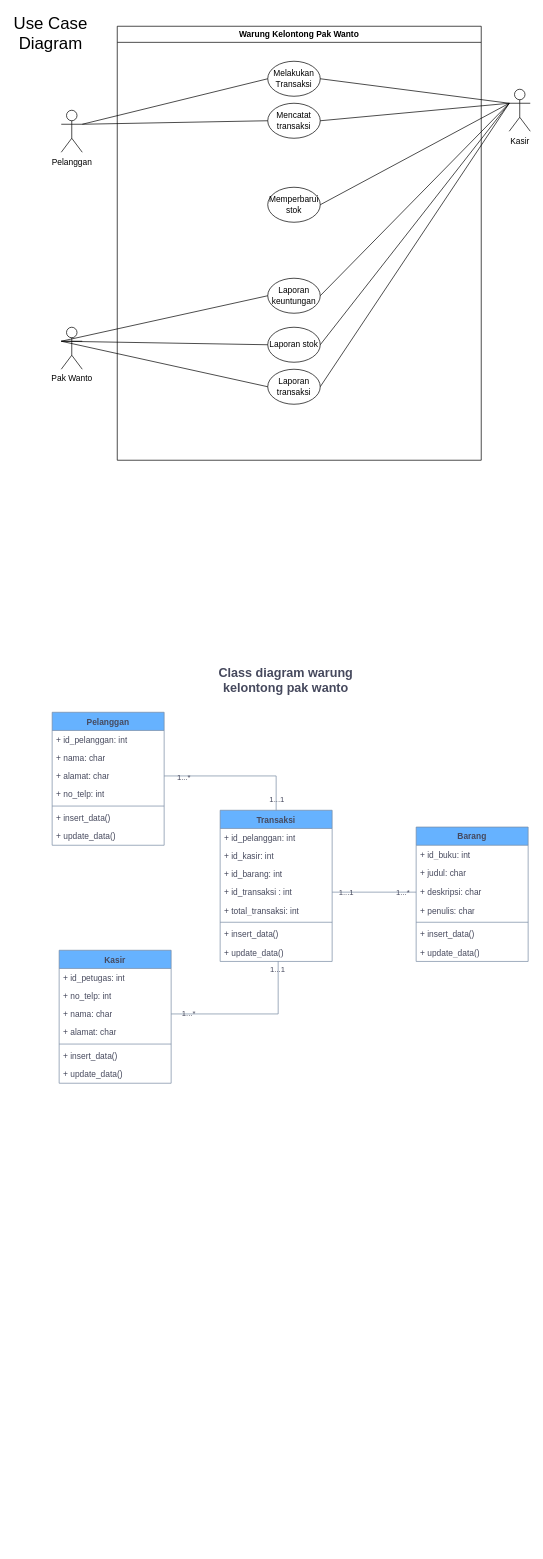
Suryzw/draw.io keeps this draw.io diagram as Untitled Diagram.drawio. Above is the earlier version. Source tidied: cells renumbered, new cells numbered last; positions are measured from the earlier drawing's top-left corner, leaving out a move shared by most shapes. Both pictures are drawn from the tidied source at 70%, with x=0, y=0 at pixel (12, 12).
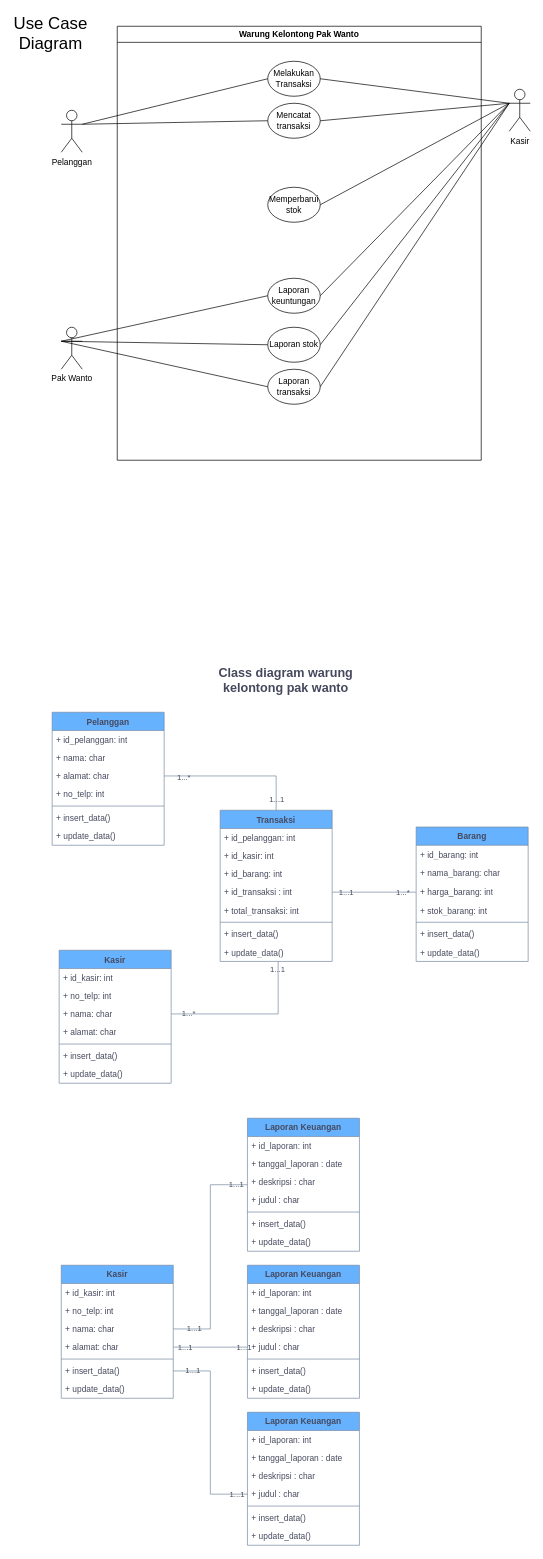
The same diagram, later.

Unchanged cells that the change refers to:
```xml
<mxCell id="33" value="Barang" style="swimlane;fontStyle=1;align=center;verticalAlign=top;horizontal=1;startSize=26;whiteSpace=wrap;html=1;textShadow=0;labelBackgroundColor=none;fillColor=#66B2FF;strokeColor=#788AA3;fontColor=#46495D;" parent="1" vertex="1">
  <mxGeometry x="577" y="1164" width="160" height="192" as="geometry" />
</mxCell>
<mxCell id="49" value="Kasir" style="swimlane;fontStyle=1;align=center;verticalAlign=top;horizontal=1;startSize=26;whiteSpace=wrap;html=1;textShadow=0;labelBackgroundColor=none;fillColor=#66B2FF;strokeColor=#788AA3;fontColor=#46495D;" parent="1" vertex="1">
  <mxGeometry x="67" y="1340" width="160" height="190" as="geometry" />
</mxCell>
```

What changed in the source:
```diff
@@
-    <mxCell id="34" value="+ id_buku: int" style="text;strokeColor=none;fillColor=none;align=left;verticalAlign=top;spacingLeft=4;spacingRight=4;overflow=hidden;whiteSpace=wrap;html=1;textShadow=0;labelBackgroundColor=none;fontColor=#46495D;" parent="33" vertex="1">
+    <mxCell id="34" value="+ id_barang: int" style="text;strokeColor=none;fillColor=none;align=left;verticalAlign=top;spacingLeft=4;spacingRight=4;overflow=hidden;whiteSpace=wrap;html=1;textShadow=0;labelBackgroundColor=none;fontColor=#46495D;" parent="33" vertex="1">
       <mxGeometry y="26" width="160" height="26" as="geometry" />
     </mxCell>
-    <mxCell id="35" value="+ judul: char" style="text;strokeColor=none;fillColor=none;align=left;verticalAlign=top;spacingLeft=4;spacingRight=4;overflow=hidden;whiteSpace=wrap;html=1;textShadow=0;labelBackgroundColor=none;fontColor=#46495D;" parent="33" vertex="1">
+    <mxCell id="35" value="+ nama_barang: char" style="text;strokeColor=none;fillColor=none;align=left;verticalAlign=top;spacingLeft=4;spacingRight=4;overflow=hidden;whiteSpace=wrap;html=1;textShadow=0;labelBackgroundColor=none;fontColor=#46495D;" parent="33" vertex="1">
       <mxGeometry y="52" width="160" height="28" as="geometry" />
     </mxCell>
-    <mxCell id="36" value="+ deskripsi: char" style="text;strokeColor=none;fillColor=none;align=left;verticalAlign=top;spacingLeft=4;spacingRight=4;overflow=hidden;points=[[0,0.5],[1,0.5]];portConstraint=eastwest;whiteSpace=wrap;html=1;textShadow=0;labelBackgroundColor=none;fontColor=#46495D;" parent="33" vertex="1">
+    <mxCell id="36" value="+ harga_barang: int" style="text;strokeColor=none;fillColor=none;align=left;verticalAlign=top;spacingLeft=4;spacingRight=4;overflow=hidden;points=[[0,0.5],[1,0.5]];portConstraint=eastwest;whiteSpace=wrap;html=1;textShadow=0;labelBackgroundColor=none;fontColor=#46495D;" parent="33" vertex="1">
       <mxGeometry y="80" width="160" height="26" as="geometry" />
     </mxCell>
-    <mxCell id="37" value="+ penulis: char" style="text;strokeColor=none;fillColor=none;align=left;verticalAlign=top;spacingLeft=4;spacingRight=4;overflow=hidden;whiteSpace=wrap;html=1;textShadow=0;labelBackgroundColor=none;fontColor=#46495D;" parent="33" vertex="1">
+    <mxCell id="37" value="+ stok_barang: int" style="text;strokeColor=none;fillColor=none;align=left;verticalAlign=top;spacingLeft=4;spacingRight=4;overflow=hidden;whiteSpace=wrap;html=1;textShadow=0;labelBackgroundColor=none;fontColor=#46495D;" parent="33" vertex="1">
       <mxGeometry y="106" width="160" height="26" as="geometry" />
     </mxCell>
@@
-    <mxCell id="50" value="+ id_petugas: int" style="text;strokeColor=none;fillColor=none;align=left;verticalAlign=top;spacingLeft=4;spacingRight=4;overflow=hidden;whiteSpace=wrap;html=1;textShadow=0;labelBackgroundColor=none;fontColor=#46495D;" parent="49" vertex="1">
+    <mxCell id="50" value="+ id_kasir: int" style="text;strokeColor=none;fillColor=none;align=left;verticalAlign=top;spacingLeft=4;spacingRight=4;overflow=hidden;whiteSpace=wrap;html=1;textShadow=0;labelBackgroundColor=none;fontColor=#46495D;" parent="49" vertex="1">
       <mxGeometry y="26" width="160" height="26" as="geometry" />
     </mxCell>
@@
+    <mxCell id="67" value="Kasir" style="swimlane;fontStyle=1;align=center;verticalAlign=top;horizontal=1;startSize=26;whiteSpace=wrap;html=1;textShadow=0;labelBackgroundColor=none;fillColor=#66B2FF;strokeColor=#788AA3;fontColor=#46495D;" parent="1" vertex="1">
+      <mxGeometry x="70" y="1790" width="160" height="190" as="geometry" />
+    </mxCell>
+    <mxCell id="68" value="+ id_kasir: int" style="text;strokeColor=none;fillColor=none;align=left;verticalAlign=top;spacingLeft=4;spacingRight=4;overflow=hidden;whiteSpace=wrap;html=1;textShadow=0;labelBackgroundColor=none;fontColor=#46495D;" parent="67" vertex="1">
+      <mxGeometry y="26" width="160" height="26" as="geometry" />
+    </mxCell>
+    <mxCell id="69" value="+ no_telp: int" style="text;strokeColor=none;fillColor=none;align=left;verticalAlign=top;spacingLeft=4;spacingRight=4;overflow=hidden;whiteSpace=wrap;html=1;textShadow=0;labelBackgroundColor=none;fontColor=#46495D;" parent="67" vertex="1">
+      <mxGeometry y="52" width="160" height="26" as="geometry" />
+    </mxCell>
+    <mxCell id="70" value="+ nama: char" style="text;strokeColor=none;fillColor=none;align=left;verticalAlign=top;spacingLeft=4;spacingRight=4;overflow=hidden;points=[[0,0.5],[1,0.5]];portConstraint=eastwest;whiteSpace=wrap;html=1;textShadow=0;labelBackgroundColor=none;fontColor=#46495D;" parent="67" vertex="1">
+      <mxGeometry y="78" width="160" height="26" as="geometry" />
+    </mxCell>
+    <mxCell id="71" value="+ alamat: char" style="text;strokeColor=none;fillColor=none;align=left;verticalAlign=top;spacingLeft=4;spacingRight=4;overflow=hidden;whiteSpace=wrap;html=1;textShadow=0;labelBackgroundColor=none;fontColor=#46495D;" parent="67" vertex="1">
+      <mxGeometry y="104" width="160" height="26" as="geometry" />
+    </mxCell>
+    <mxCell id="72" style="line;strokeWidth=1;fillColor=none;align=left;verticalAlign=middle;spacingTop=-1;spacingLeft=3;spacingRight=3;labelPosition=right;textShadow=0;labelBackgroundColor=none;strokeColor=#788AA3;fontColor=#46495D;" parent="67" vertex="1">
+      <mxGeometry y="130" width="160" height="8" as="geometry" />
+    </mxCell>
+    <mxCell id="73" value="+ insert_data()" style="text;strokeColor=none;fillColor=none;align=left;verticalAlign=top;spacingLeft=4;spacingRight=4;overflow=hidden;points=[[0,0.5],[1,0.5]];portConstraint=eastwest;whiteSpace=wrap;html=1;textShadow=0;labelBackgroundColor=none;fontColor=#46495D;" parent="67" vertex="1">
+      <mxGeometry y="138" width="160" height="26" as="geometry" />
+    </mxCell>
+    <mxCell id="74" value="+ update_data()" style="text;strokeColor=none;fillColor=none;align=left;verticalAlign=top;spacingLeft=4;spacingRight=4;overflow=hidden;whiteSpace=wrap;html=1;textShadow=0;labelBackgroundColor=none;fontColor=#46495D;" parent="67" vertex="1">
+      <mxGeometry y="164" width="160" height="26" as="geometry" />
+    </mxCell>
+    <mxCell id="75" value="Laporan Keuangan" style="swimlane;fontStyle=1;align=center;verticalAlign=top;horizontal=1;startSize=26;whiteSpace=wrap;html=1;textShadow=0;labelBackgroundColor=none;fillColor=#66B2FF;strokeColor=#788AA3;fontColor=#46495D;" parent="1" vertex="1">
+      <mxGeometry x="336" y="1580" width="160" height="190" as="geometry" />
+    </mxCell>
+    <mxCell id="76" value="+ id_laporan: int&lt;div&gt;&lt;br&gt;&lt;/div&gt;" style="text;strokeColor=none;fillColor=none;align=left;verticalAlign=top;spacingLeft=4;spacingRight=4;overflow=hidden;whiteSpace=wrap;html=1;textShadow=0;labelBackgroundColor=none;fontColor=#46495D;" parent="75" vertex="1">
+      <mxGeometry y="26" width="160" height="26" as="geometry" />
+    </mxCell>
+    <mxCell id="77" value="+ tanggal_laporan : date" style="text;strokeColor=none;fillColor=none;align=left;verticalAlign=top;spacingLeft=4;spacingRight=4;overflow=hidden;whiteSpace=wrap;html=1;textShadow=0;labelBackgroundColor=none;fontColor=#46495D;" parent="75" vertex="1">
+      <mxGeometry y="52" width="160" height="26" as="geometry" />
+    </mxCell>
+    <mxCell id="78" value="+ deskripsi : char" style="text;strokeColor=none;fillColor=none;align=left;verticalAlign=top;spacingLeft=4;spacingRight=4;overflow=hidden;whiteSpace=wrap;html=1;textShadow=0;labelBackgroundColor=none;fontColor=#46495D;" parent="75" vertex="1">
+      <mxGeometry y="78" width="160" height="26" as="geometry" />
+    </mxCell>
+    <mxCell id="79" value="+ judul : char" style="text;strokeColor=none;fillColor=none;align=left;verticalAlign=top;spacingLeft=4;spacingRight=4;overflow=hidden;whiteSpace=wrap;html=1;textShadow=0;labelBackgroundColor=none;fontColor=#46495D;" parent="75" vertex="1">
+      <mxGeometry y="104" width="160" height="26" as="geometry" />
+    </mxCell>
+    <mxCell id="80" style="line;strokeWidth=1;fillColor=none;align=left;verticalAlign=middle;spacingTop=-1;spacingLeft=3;spacingRight=3;labelPosition=right;textShadow=0;labelBackgroundColor=none;strokeColor=#788AA3;fontColor=#46495D;" parent="75" vertex="1">
+      <mxGeometry y="130" width="160" height="8" as="geometry" />
+    </mxCell>
+    <mxCell id="81" value="+ insert_data()" style="text;strokeColor=none;fillColor=none;align=left;verticalAlign=top;spacingLeft=4;spacingRight=4;overflow=hidden;whiteSpace=wrap;html=1;textShadow=0;labelBackgroundColor=none;fontColor=#46495D;" parent="75" vertex="1">
+      <mxGeometry y="138" width="160" height="26" as="geometry" />
+    </mxCell>
+    <mxCell id="82" value="+ update_data()" style="text;strokeColor=none;fillColor=none;align=left;verticalAlign=top;spacingLeft=4;spacingRight=4;overflow=hidden;whiteSpace=wrap;html=1;textShadow=0;labelBackgroundColor=none;fontColor=#46495D;" parent="75" vertex="1">
+      <mxGeometry y="164" width="160" height="26" as="geometry" />
+    </mxCell>
+    <mxCell id="83" value="Laporan Keuangan" style="swimlane;fontStyle=1;align=center;verticalAlign=top;horizontal=1;startSize=26;whiteSpace=wrap;html=1;textShadow=0;labelBackgroundColor=none;fillColor=#66B2FF;strokeColor=#788AA3;fontColor=#46495D;" parent="1" vertex="1">
+      <mxGeometry x="336" y="1790" width="160" height="190" as="geometry" />
+    </mxCell>
+    <mxCell id="84" value="+ id_laporan: int&lt;div&gt;&lt;br&gt;&lt;/div&gt;" style="text;strokeColor=none;fillColor=none;align=left;verticalAlign=top;spacingLeft=4;spacingRight=4;overflow=hidden;whiteSpace=wrap;html=1;textShadow=0;labelBackgroundColor=none;fontColor=#46495D;" parent="83" vertex="1">
+      <mxGeometry y="26" width="160" height="26" as="geometry" />
+    </mxCell>
+    <mxCell id="85" value="+ tanggal_laporan : date" style="text;strokeColor=none;fillColor=none;align=left;verticalAlign=top;spacingLeft=4;spacingRight=4;overflow=hidden;whiteSpace=wrap;html=1;textShadow=0;labelBackgroundColor=none;fontColor=#46495D;" parent="83" vertex="1">
+      <mxGeometry y="52" width="160" height="26" as="geometry" />
+    </mxCell>
+    <mxCell id="86" value="+ deskripsi : char" style="text;strokeColor=none;fillColor=none;align=left;verticalAlign=top;spacingLeft=4;spacingRight=4;overflow=hidden;whiteSpace=wrap;html=1;textShadow=0;labelBackgroundColor=none;fontColor=#46495D;" parent="83" vertex="1">
+      <mxGeometry y="78" width="160" height="26" as="geometry" />
+    </mxCell>
+    <mxCell id="87" value="+ judul : char" style="text;strokeColor=none;fillColor=none;align=left;verticalAlign=top;spacingLeft=4;spacingRight=4;overflow=hidden;whiteSpace=wrap;html=1;textShadow=0;labelBackgroundColor=none;fontColor=#46495D;" parent="83" vertex="1">
+      <mxGeometry y="104" width="160" height="26" as="geometry" />
+    </mxCell>
+    <mxCell id="88" style="line;strokeWidth=1;fillColor=none;align=left;verticalAlign=middle;spacingTop=-1;spacingLeft=3;spacingRight=3;labelPosition=right;textShadow=0;labelBackgroundColor=none;strokeColor=#788AA3;fontColor=#46495D;" parent="83" vertex="1">
+      <mxGeometry y="130" width="160" height="8" as="geometry" />
+    </mxCell>
+    <mxCell id="89" value="+ insert_data()" style="text;strokeColor=none;fillColor=none;align=left;verticalAlign=top;spacingLeft=4;spacingRight=4;overflow=hidden;whiteSpace=wrap;html=1;textShadow=0;labelBackgroundColor=none;fontColor=#46495D;" parent="83" vertex="1">
+      <mxGeometry y="138" width="160" height="26" as="geometry" />
+    </mxCell>
+    <mxCell id="90" value="+ update_data()" style="text;strokeColor=none;fillColor=none;align=left;verticalAlign=top;spacingLeft=4;spacingRight=4;overflow=hidden;whiteSpace=wrap;html=1;textShadow=0;labelBackgroundColor=none;fontColor=#46495D;" parent="83" vertex="1">
+      <mxGeometry y="164" width="160" height="26" as="geometry" />
+    </mxCell>
+    <mxCell id="91" value="Laporan Keuangan" style="swimlane;fontStyle=1;align=center;verticalAlign=top;horizontal=1;startSize=26;whiteSpace=wrap;html=1;textShadow=0;labelBackgroundColor=none;fillColor=#66B2FF;strokeColor=#788AA3;fontColor=#46495D;" parent="1" vertex="1">
+      <mxGeometry x="336" y="2000" width="160" height="190" as="geometry" />
+    </mxCell>
+    <mxCell id="92" value="+ id_laporan: int&lt;div&gt;&lt;br&gt;&lt;/div&gt;" style="text;strokeColor=none;fillColor=none;align=left;verticalAlign=top;spacingLeft=4;spacingRight=4;overflow=hidden;whiteSpace=wrap;html=1;textShadow=0;labelBackgroundColor=none;fontColor=#46495D;" parent="91" vertex="1">
+      <mxGeometry y="26" width="160" height="26" as="geometry" />
+    </mxCell>
+    <mxCell id="93" value="+ tanggal_laporan : date" style="text;strokeColor=none;fillColor=none;align=left;verticalAlign=top;spacingLeft=4;spacingRight=4;overflow=hidden;whiteSpace=wrap;html=1;textShadow=0;labelBackgroundColor=none;fontColor=#46495D;" parent="91" vertex="1">
+      <mxGeometry y="52" width="160" height="26" as="geometry" />
+    </mxCell>
+    <mxCell id="94" value="+ deskripsi : char" style="text;strokeColor=none;fillColor=none;align=left;verticalAlign=top;spacingLeft=4;spacingRight=4;overflow=hidden;whiteSpace=wrap;html=1;textShadow=0;labelBackgroundColor=none;fontColor=#46495D;" parent="91" vertex="1">
+      <mxGeometry y="78" width="160" height="26" as="geometry" />
+    </mxCell>
+    <mxCell id="95" value="+ judul : char" style="text;strokeColor=none;fillColor=none;align=left;verticalAlign=top;spacingLeft=4;spacingRight=4;overflow=hidden;points=[[0,0.5],[1,0.5]];portConstraint=eastwest;whiteSpace=wrap;html=1;textShadow=0;labelBackgroundColor=none;fontColor=#46495D;" parent="91" vertex="1">
+      <mxGeometry y="104" width="160" height="26" as="geometry" />
+    </mxCell>
+    <mxCell id="96" style="line;strokeWidth=1;fillColor=none;align=left;verticalAlign=middle;spacingTop=-1;spacingLeft=3;spacingRight=3;labelPosition=right;textShadow=0;labelBackgroundColor=none;strokeColor=#788AA3;fontColor=#46495D;" parent="91" vertex="1">
+      <mxGeometry y="130" width="160" height="8" as="geometry" />
+    </mxCell>
+    <mxCell id="97" value="+ insert_data()" style="text;strokeColor=none;fillColor=none;align=left;verticalAlign=top;spacingLeft=4;spacingRight=4;overflow=hidden;whiteSpace=wrap;html=1;textShadow=0;labelBackgroundColor=none;fontColor=#46495D;" parent="91" vertex="1">
+      <mxGeometry y="138" width="160" height="26" as="geometry" />
+    </mxCell>
+    <mxCell id="98" value="+ update_data()" style="text;strokeColor=none;fillColor=none;align=left;verticalAlign=top;spacingLeft=4;spacingRight=4;overflow=hidden;whiteSpace=wrap;html=1;textShadow=0;labelBackgroundColor=none;fontColor=#46495D;" parent="91" vertex="1">
+      <mxGeometry y="164" width="160" height="26" as="geometry" />
+    </mxCell>
+    <mxCell id="99" style="edgeStyle=orthogonalEdgeStyle;rounded=0;jettySize=auto;html=1;exitX=1;exitY=0.5;exitDx=0;exitDy=0;entryX=0;entryY=0.5;entryDx=0;entryDy=0;endArrow=none;endFill=0;textShadow=0;labelBackgroundColor=none;fontColor=default;strokeColor=#788AA3;" parent="1" edge="1" source="70" target="75">
+      <mxGeometry relative="1" as="geometry" />
+    </mxCell>
+    <mxCell id="100" value="1...1" style="edgeLabel;html=1;align=center;verticalAlign=middle;textShadow=0;labelBackgroundColor=none;fontColor=#46495D;" parent="99" vertex="1">
+      <mxGeometry x="0.89" y="1" relative="1" as="geometry" />
+    </mxCell>
+    <mxCell id="101" value="1...1" style="edgeLabel;html=1;align=center;verticalAlign=middle;textShadow=0;labelBackgroundColor=none;fontColor=#46495D;" parent="99" vertex="1">
+      <mxGeometry x="-0.88" y="1" relative="1" as="geometry">
+        <mxPoint x="10" as="offset" />
+      </mxGeometry>
+    </mxCell>
+    <mxCell id="102" style="edgeStyle=orthogonalEdgeStyle;rounded=0;orthogonalLoop=1;jettySize=auto;html=1;exitX=1;exitY=0.5;exitDx=0;exitDy=0;entryX=0;entryY=0.5;entryDx=0;entryDy=0;endArrow=none;endFill=0;textShadow=0;labelBackgroundColor=none;fontColor=default;strokeColor=#788AA3;" parent="1" edge="1">
+      <mxGeometry relative="1" as="geometry">
+        <mxPoint x="230" y="1907" as="sourcePoint" />
+        <mxPoint x="336" y="1907" as="targetPoint" />
+      </mxGeometry>
+    </mxCell>
+    <mxCell id="103" value="1...1" style="edgeLabel;html=1;align=center;verticalAlign=middle;textShadow=0;labelBackgroundColor=none;fontColor=#46495D;" parent="102" vertex="1">
+      <mxGeometry x="0.89" y="1" relative="1" as="geometry" />
+    </mxCell>
+    <mxCell id="104" value="1...1" style="edgeLabel;html=1;align=center;verticalAlign=middle;textShadow=0;labelBackgroundColor=none;fontColor=#46495D;" parent="102" vertex="1">
+      <mxGeometry x="-0.88" y="1" relative="1" as="geometry">
+        <mxPoint x="10" as="offset" />
+      </mxGeometry>
+    </mxCell>
+    <mxCell id="105" style="edgeStyle=orthogonalEdgeStyle;rounded=0;jettySize=auto;html=1;exitX=1;exitY=0.5;exitDx=0;exitDy=0;entryX=0;entryY=0.5;entryDx=0;entryDy=0;endArrow=none;endFill=0;textShadow=0;labelBackgroundColor=none;fontColor=default;strokeColor=#788AA3;" parent="1" edge="1" source="73" target="95">
+      <mxGeometry relative="1" as="geometry" />
+    </mxCell>
+    <mxCell id="106" value="1...1" style="edgeLabel;html=1;align=center;verticalAlign=middle;textShadow=0;labelBackgroundColor=none;fontColor=#46495D;" parent="105" vertex="1">
+      <mxGeometry x="0.89" y="1" relative="1" as="geometry" />
+    </mxCell>
+    <mxCell id="107" value="1...1" style="edgeLabel;html=1;align=center;verticalAlign=middle;textShadow=0;labelBackgroundColor=none;fontColor=#46495D;" parent="105" vertex="1">
+      <mxGeometry x="-0.88" y="1" relative="1" as="geometry">
+        <mxPoint x="10" as="offset" />
+      </mxGeometry>
+    </mxCell>
```
